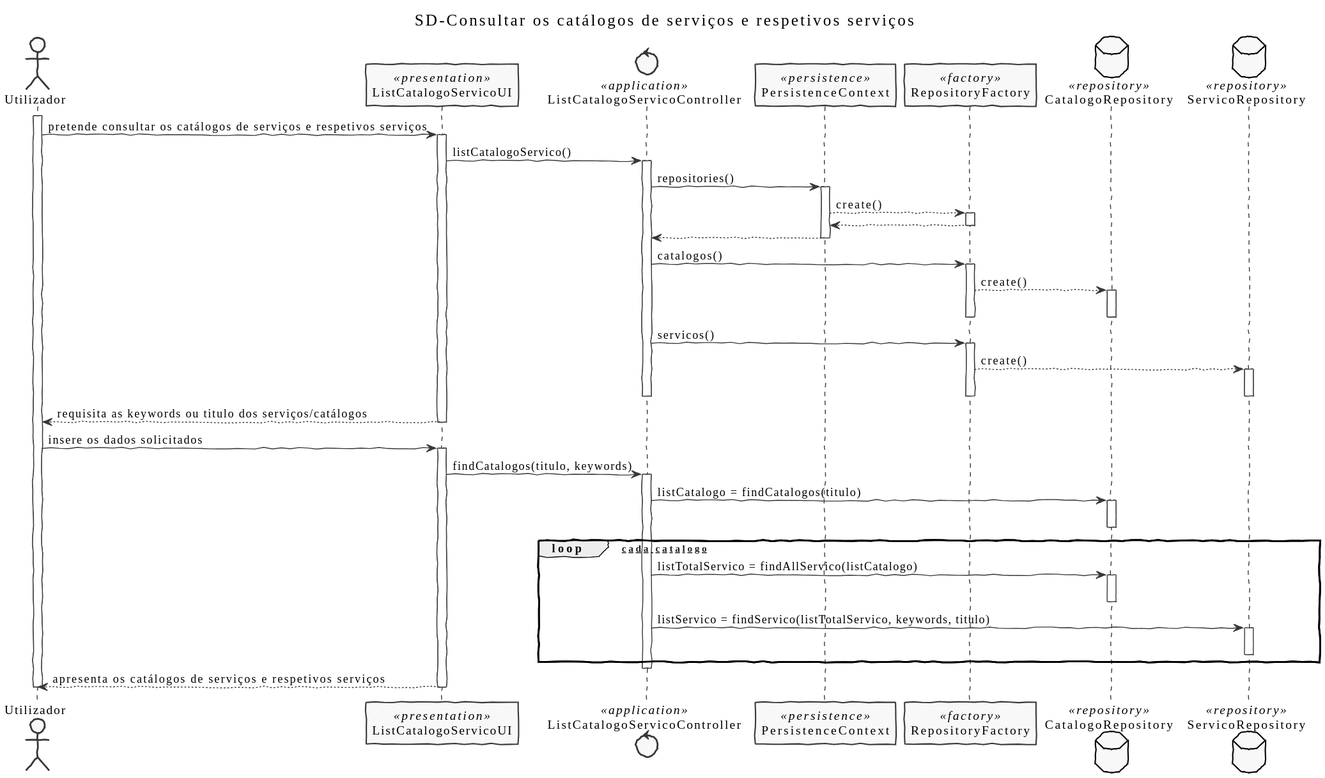
pedrolemos4/LAPR4 keeps this PlantUML diagram as docs/US3001/SD3001.svg. Above is the earlier version. The source it was exported from:
```plantuml
@startuml
title SD-Consultar os catálogos de serviços e respetivos serviços


skinparam handwritten true
skinparam monochrome true
skinparam packageStyle rect
skinparam defaultFontName FG Virgil
skinparam shadowing false

actor Utilizador as Actor
participant ListCatalogoServicoUI as UI <<presentation>>
control ListCatalogoServicoController as Controller <<application>>
participant PersistenceContext as Persistence <<persistence>>
participant RepositoryFactory as Factory <<factory>>
database CatalogoRepository as CRepository <<repository>>
database ServicoRepository as  SRepository <<repository>>


activate Actor
Actor -> UI: pretende consultar os catálogos de serviços e respetivos serviços
activate UI
    UI -> Controller: listCatalogoServico()
    activate Controller
        Controller -> Persistence: repositories()
        activate Persistence
            Persistence --> Factory: create()
            activate Factory
                Factory --> Persistence:
            deactivate Factory
            Persistence --> Controller:
        deactivate Persistence
        Controller -> Factory: catalogos()
        activate Factory
            Factory --> CRepository : create()
            activate CRepository
            deactivate CRepository
        deactivate Factory
        Controller -> Factory: servicos()
        activate Factory
            Factory --> SRepository : create()
            activate SRepository
            deactivate SRepository
        deactivate Factory

    deactivate Controller
    UI --> Actor: requisita as keywords ou titulo dos serviços/catálogos
deactivate UI
Actor -> UI: insere os dados solicitados
activate UI
    UI -> Controller:  findCatalogos(titulo, keywords)
    activate Controller
        Controller -> CRepository: listCatalogo  = findCatalogos(titulo)
        activate CRepository
        deactivate CRepository
        loop [para cada catalogo]

        Controller -> CRepository: listTotalServico  = findAllServico(listCatalogo)
        activate CRepository
        deactivate CRepository
        Controller -> SRepository: listServico = findServico(listTotalServico, keywords, titulo)
        activate SRepository
        deactivate SRepository
        end
    deactivate Controller
    UI --> Actor: apresenta  os catálogos de serviços e respetivos serviços
deactivate UI
deactivate Actor
@enduml
```
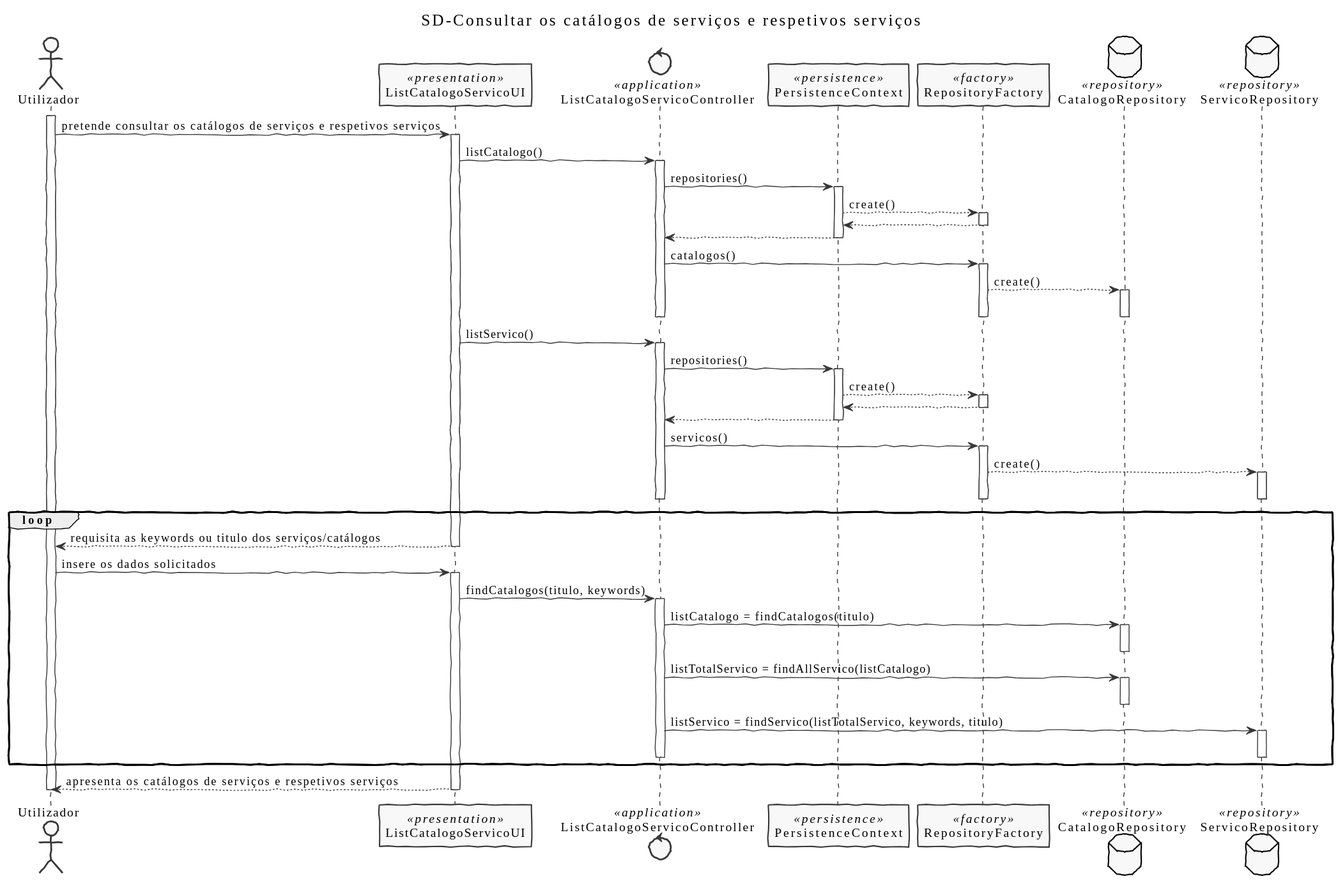
The same file after the commit.

Change to the diagram source:
```diff
@@ -20,7 +20,7 @@
 activate Actor
 Actor -> UI: pretende consultar os catálogos de serviços e respetivos serviços
 activate UI
-    UI -> Controller: listCatalogoServico()
+    UI -> Controller: listCatalogo()
     activate Controller
         Controller -> Persistence: repositories()
         activate Persistence
@@ -36,6 +36,17 @@
             activate CRepository
             deactivate CRepository
         deactivate Factory
+    deactivate Controller
+    UI -> Controller: listServico()
+    activate Controller
+        Controller -> Persistence: repositories()
+        activate Persistence
+            Persistence --> Factory: create()
+            activate Factory
+                Factory --> Persistence:
+            deactivate Factory
+            Persistence --> Controller:
+        deactivate Persistence
         Controller -> Factory: servicos()
         activate Factory
             Factory --> SRepository : create()
@@ -44,6 +55,7 @@
         deactivate Factory
 
     deactivate Controller
+    loop
     UI --> Actor: requisita as keywords ou titulo dos serviços/catálogos
 deactivate UI
 Actor -> UI: insere os dados solicitados
@@ -53,16 +65,14 @@
         Controller -> CRepository: listCatalogo  = findCatalogos(titulo)
         activate CRepository
         deactivate CRepository
-        loop [para cada catalogo]
-
         Controller -> CRepository: listTotalServico  = findAllServico(listCatalogo)
         activate CRepository
         deactivate CRepository
         Controller -> SRepository: listServico = findServico(listTotalServico, keywords, titulo)
         activate SRepository
         deactivate SRepository
-        end
     deactivate Controller
+    end
     UI --> Actor: apresenta  os catálogos de serviços e respetivos serviços
 deactivate UI
 deactivate Actor
```
